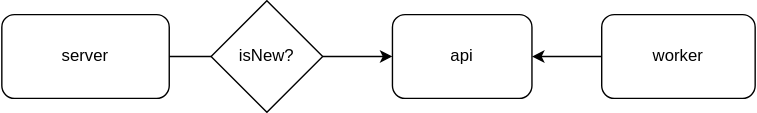
Earlier version of the draw.io export test.drawio.svg (a0716116z/drawiotest). Source tidied: cells renumbered, new cells last; positions are measured from the earlier drawing's top-left corner, leaving out a move shared by most shapes.
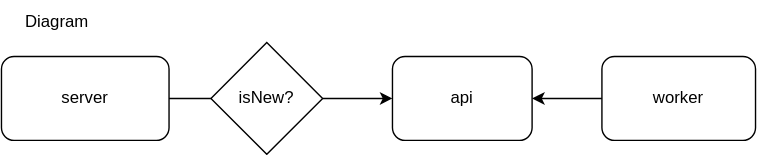
The same file after the commit.

Diff of the diagram source:
```diff
@@ -23,5 +23,8 @@
     <mxCell id="8" value="worker" style="rounded=1;whiteSpace=wrap;html=1;" parent="1" vertex="1">
       <mxGeometry x="430" y="10" width="110" height="60" as="geometry" />
     </mxCell>
+    <mxCell id="9" value="Diagram" style="text;html=1;strokeColor=none;fillColor=none;align=center;verticalAlign=middle;whiteSpace=wrap;rounded=0;" parent="1" vertex="1">
+      <mxGeometry x="10" y="-30" width="60" height="30" as="geometry" />
+    </mxCell>
   </root>
 </mxGraphModel>
```
